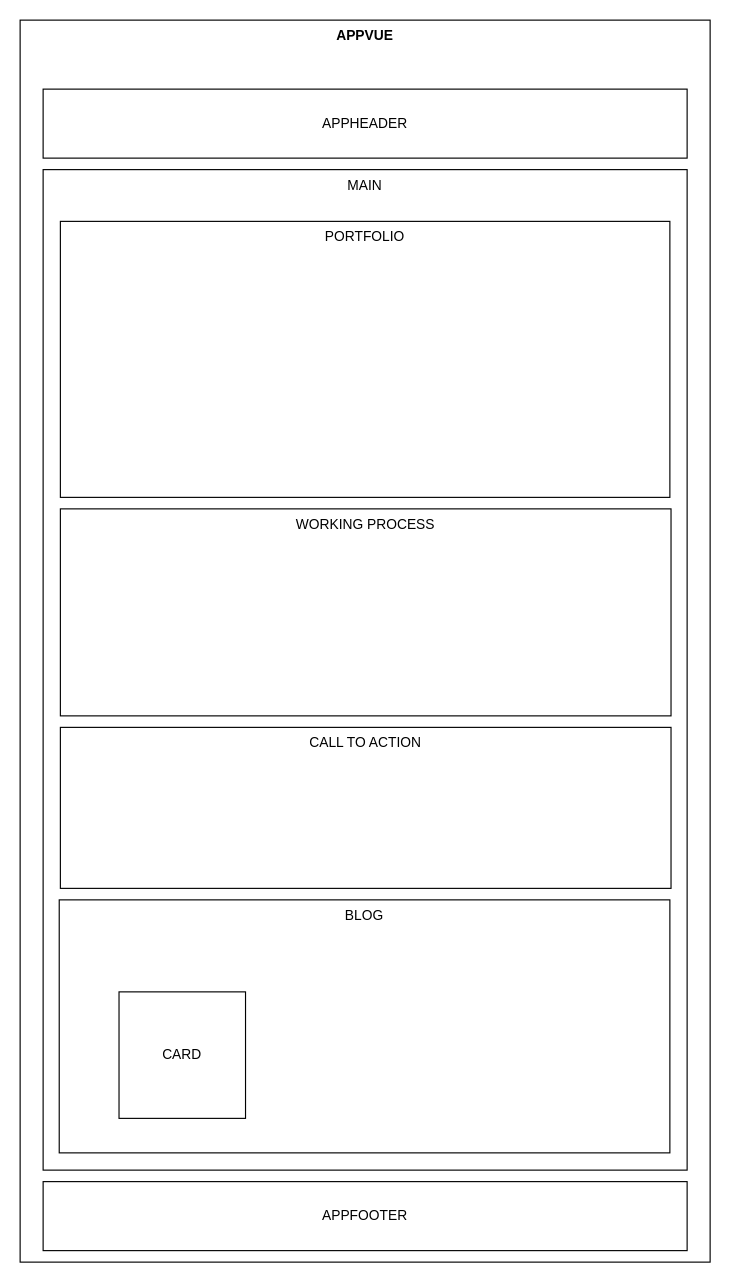
Above: structure.drawio in StefaniaSgreva/proj-html-vuejs (draw.io), before the change. Source tidied: cells renumbered, new cells numbered last; positions are measured from the earlier drawing's top-left corner, leaving out a move shared by most shapes. Both pictures are drawn from the tidied source at 115%, with x=0, y=0 at pixel (20, 20).
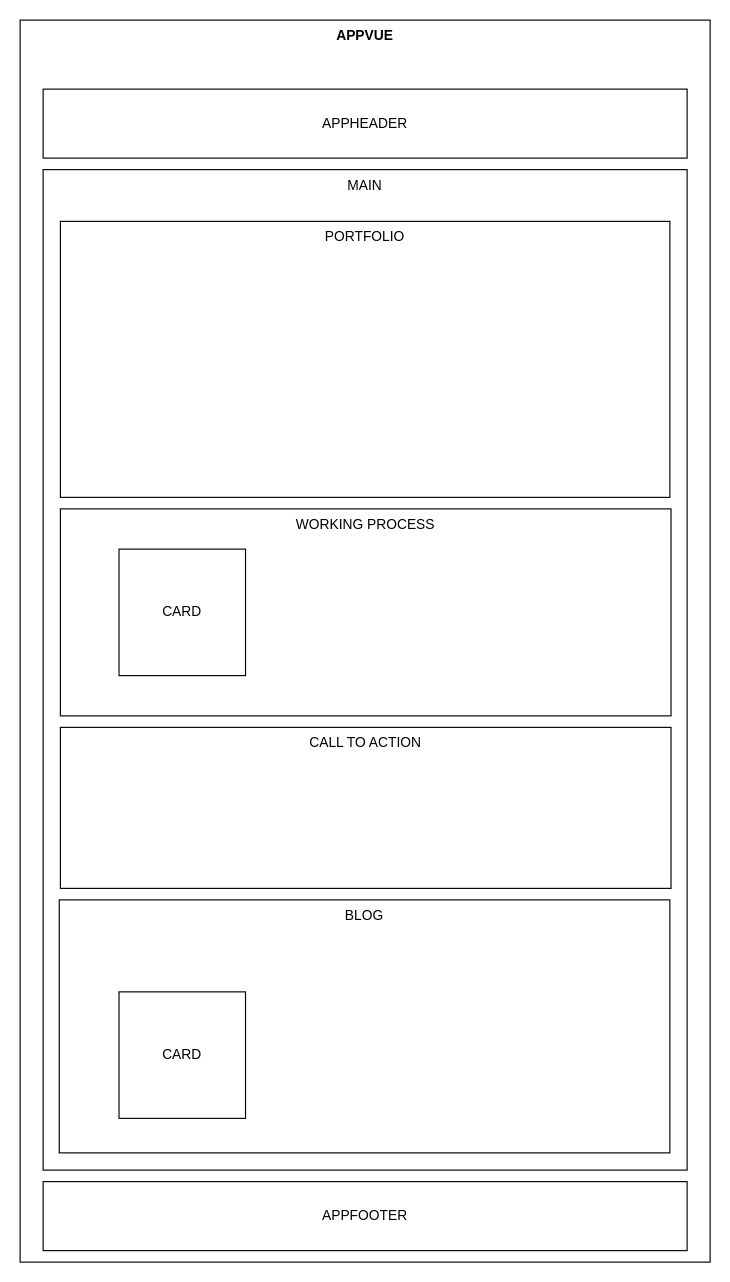
The same page after the edit.

Change to the diagram source:
```diff
@@
 <mxGraphModel>
   <root>
     <mxCell id="0" />
     <mxCell id="1" parent="0" />
     <mxCell id="2" value="APPVUE" style="rounded=0;whiteSpace=wrap;html=1;fontStyle=1;verticalAlign=top;" parent="1" vertex="1">
       <mxGeometry width="600" height="1080" as="geometry" />
     </mxCell>
     <mxCell id="3" value="APPHEADER" style="rounded=0;whiteSpace=wrap;html=1;" parent="1" vertex="1">
       <mxGeometry x="20" y="60" width="560" height="60" as="geometry" />
     </mxCell>
     <mxCell id="4" value="MAIN" style="rounded=0;whiteSpace=wrap;html=1;verticalAlign=top;" parent="1" vertex="1">
       <mxGeometry x="20" y="130" width="560" height="870" as="geometry" />
     </mxCell>
     <mxCell id="5" value="APPFOOTER" style="rounded=0;whiteSpace=wrap;html=1;" parent="1" vertex="1">
       <mxGeometry x="20" y="1010" width="560" height="60" as="geometry" />
     </mxCell>
     <mxCell id="6" value="PORTFOLIO" style="rounded=0;whiteSpace=wrap;html=1;verticalAlign=top;" parent="1" vertex="1">
       <mxGeometry x="35" y="175" width="530" height="240" as="geometry" />
     </mxCell>
     <mxCell id="7" value="WORKING PROCESS" style="rounded=0;whiteSpace=wrap;html=1;verticalAlign=top;" parent="1" vertex="1">
       <mxGeometry x="35" y="425" width="531" height="180" as="geometry" />
     </mxCell>
     <mxCell id="8" value="CALL TO ACTION" style="rounded=0;whiteSpace=wrap;html=1;verticalAlign=top;" parent="1" vertex="1">
       <mxGeometry x="35" y="615" width="531" height="140" as="geometry" />
     </mxCell>
     <mxCell id="9" value="BLOG&lt;br&gt;" style="rounded=0;whiteSpace=wrap;html=1;verticalAlign=top;" parent="1" vertex="1">
       <mxGeometry x="34" y="765" width="531" height="220" as="geometry" />
     </mxCell>
     <mxCell id="10" value="CARD" style="whiteSpace=wrap;html=1;" parent="1" vertex="1">
       <mxGeometry x="86" y="845" width="110" height="110" as="geometry" />
     </mxCell>
+    <mxCell id="11" value="CARD" style="whiteSpace=wrap;html=1;" parent="1" vertex="1">
+      <mxGeometry x="86" y="460" width="110" height="110" as="geometry" />
+    </mxCell>
   </root>
 </mxGraphModel>
```
